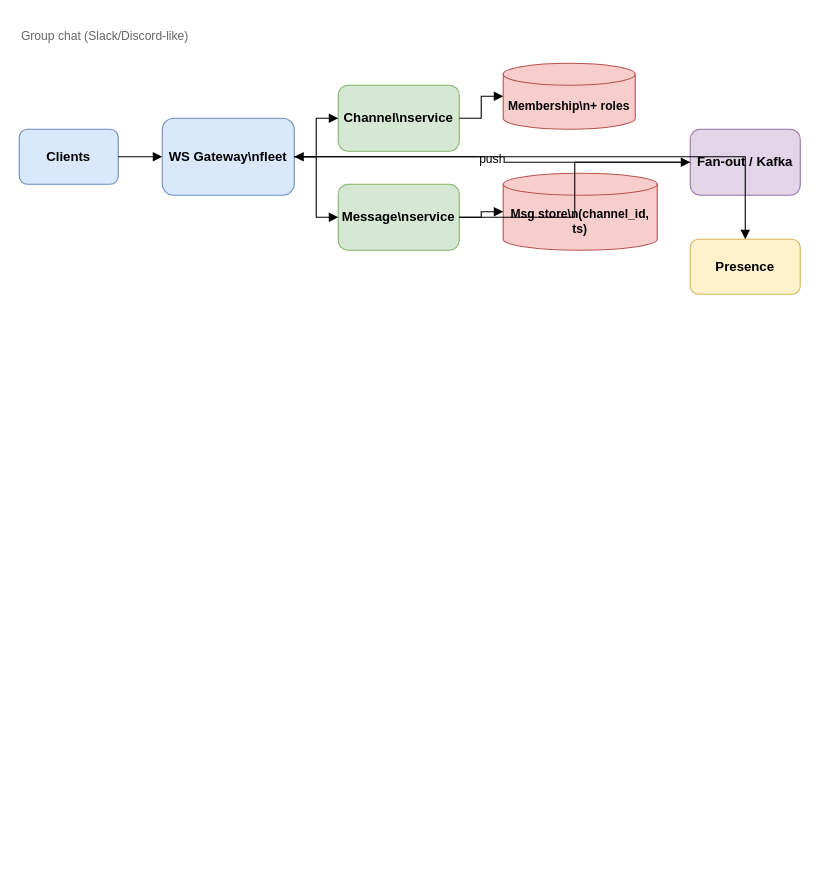
Earlier version of the draw.io diagram diagrams/group-chat.drawio (yazeedsawalha/system-design). Source tidied: cells renumbered, new cells numbered last; positions are measured from the earlier drawing's top-left corner, leaving out a move shared by most shapes. Both pictures are drawn from the tidied source at 110%, with x=0, y=0 at pixel (19, 19).
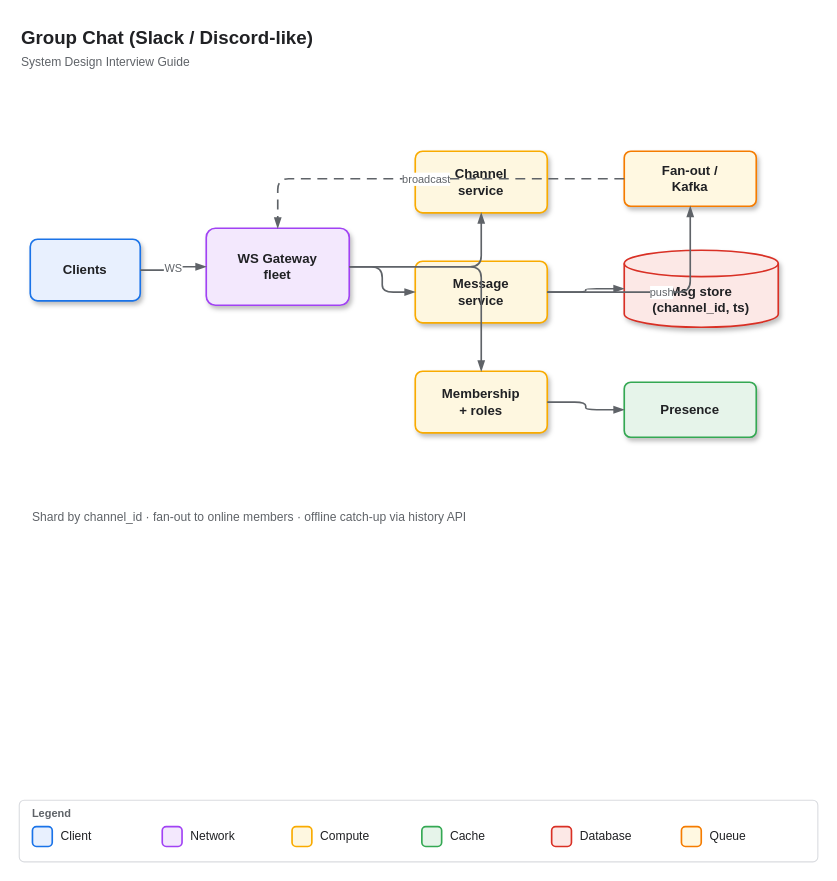
The same diagram, later.

What changed in the source:
```diff
@@
-<mxGraphModel>
+<mxGraphModel background="#ffffff">
@@
-    <mxCell id="2" value="Group chat (Slack/Discord-like)" style="text;html=1;strokeColor=none;fillColor=none;align=left;verticalAlign=middle;whiteSpace=wrap;rounded=0;fontSize=11;fontColor=#666666;" parent="1" vertex="1">
-      <mxGeometry width="280" height="30" as="geometry" />
-    </mxCell>
+    <mxCell id="19" value="Group Chat (Slack / Discord-like)" style="text;html=1;strokeColor=none;fillColor=none;align=left;verticalAlign=middle;whiteSpace=wrap;rounded=0;fontSize=17;fontStyle=1;fontFamily=Helvetica;fontColor=#202124;" parent="1" vertex="1">
+      <mxGeometry y="4" width="700" height="28" as="geometry" />
+    </mxCell>
+    <mxCell id="20" value="System Design Interview Guide" style="text;html=1;strokeColor=none;fillColor=none;align=left;verticalAlign=middle;whiteSpace=wrap;rounded=0;fontSize=11;fontFamily=Helvetica;fontColor=#5F6368;" parent="1" vertex="1">
+      <mxGeometry y="30" width="280" height="18" as="geometry" />
+    </mxCell>
-    <mxCell id="3" value="Clients" style="rounded=1;whiteSpace=wrap;html=1;fillColor=#dae8fc;strokeColor=#6c8ebf;fontStyle=1;fontSize=12;" parent="1" vertex="1">
-      <mxGeometry y="100" width="90" height="50" as="geometry" />
+    <mxCell id="3" value="Clients" style="rounded=1;whiteSpace=wrap;html=1;arcSize=12;fillColor=#E8F0FE;strokeColor=#1A73E8;strokeWidth=1.5;fontStyle=1;fontSize=12;fontFamily=Helvetica;fontColor=#202124;shadow=1;" parent="1" vertex="1">
+      <mxGeometry x="10" y="200" width="100" height="56" as="geometry" />
     </mxCell>
-    <mxCell id="4" value="WS Gateway\nfleet" style="rounded=1;whiteSpace=wrap;html=1;fillColor=#dae8fc;strokeColor=#6c8ebf;fontStyle=1;fontSize=12;" parent="1" vertex="1">
-      <mxGeometry x="130" y="90" width="120" height="70" as="geometry" />
-    </mxCell>
-    <mxCell id="5" value="Channel\nservice" style="rounded=1;whiteSpace=wrap;html=1;fillColor=#d5e8d4;strokeColor=#82b366;fontStyle=1;fontSize=12;" parent="1" vertex="1">
-      <mxGeometry x="290" y="60" width="110" height="60" as="geometry" />
-    </mxCell>
-    <mxCell id="6" value="Message\nservice" style="rounded=1;whiteSpace=wrap;html=1;fillColor=#d5e8d4;strokeColor=#82b366;fontStyle=1;fontSize=12;" parent="1" vertex="1">
-      <mxGeometry x="290" y="150" width="110" height="60" as="geometry" />
-    </mxCell>
-    <mxCell id="7" value="Membership\n+ roles" style="shape=cylinder3;whiteSpace=wrap;html=1;boundedLbl=1;backgroundOutline=1;size=10;fillColor=#f8cecc;strokeColor=#b85450;fontStyle=1;fontSize=11;" parent="1" vertex="1">
-      <mxGeometry x="440" y="40" width="120" height="60" as="geometry" />
-    </mxCell>
-    <mxCell id="8" value="Msg store\n(channel_id, ts)" style="shape=cylinder3;whiteSpace=wrap;html=1;boundedLbl=1;backgroundOutline=1;size=10;fillColor=#f8cecc;strokeColor=#b85450;fontStyle=1;fontSize=11;" parent="1" vertex="1">
-      <mxGeometry x="440" y="140" width="140" height="70" as="geometry" />
-    </mxCell>
+    <mxCell id="21" value="WS Gateway&#10;fleet" style="rounded=1;whiteSpace=wrap;html=1;arcSize=12;fillColor=#F3E8FD;strokeColor=#A142F4;strokeWidth=1.5;fontStyle=1;fontSize=12;fontFamily=Helvetica;fontColor=#202124;shadow=1;" parent="1" vertex="1">
+      <mxGeometry x="170" y="190" width="130" height="70" as="geometry" />
+    </mxCell>
+    <mxCell id="22" value="Channel&#10;service" style="rounded=1;whiteSpace=wrap;html=1;arcSize=12;fillColor=#FEF7E0;strokeColor=#F9AB00;strokeWidth=1.5;fontStyle=1;fontSize=12;fontFamily=Helvetica;fontColor=#202124;shadow=1;" parent="1" vertex="1">
+      <mxGeometry x="360" y="120" width="120" height="56" as="geometry" />
+    </mxCell>
+    <mxCell id="23" value="Message&#10;service" style="rounded=1;whiteSpace=wrap;html=1;arcSize=12;fillColor=#FEF7E0;strokeColor=#F9AB00;strokeWidth=1.5;fontStyle=1;fontSize=12;fontFamily=Helvetica;fontColor=#202124;shadow=1;" parent="1" vertex="1">
+      <mxGeometry x="360" y="220" width="120" height="56" as="geometry" />
+    </mxCell>
+    <mxCell id="24" value="Membership&#10;+ roles" style="rounded=1;whiteSpace=wrap;html=1;arcSize=12;fillColor=#FEF7E0;strokeColor=#F9AB00;strokeWidth=1.5;fontStyle=1;fontSize=12;fontFamily=Helvetica;fontColor=#202124;shadow=1;" parent="1" vertex="1">
+      <mxGeometry x="360" y="320" width="120" height="56" as="geometry" />
+    </mxCell>
+    <mxCell id="25" value="Msg store&#10;(channel_id, ts)" style="shape=cylinder3;whiteSpace=wrap;html=1;boundedLbl=1;backgroundOutline=1;size=12;fillColor=#FCE8E6;strokeColor=#D93025;strokeWidth=1.5;fontStyle=1;fontSize=12;fontFamily=Helvetica;fontColor=#202124;shadow=1;" parent="1" vertex="1">
+      <mxGeometry x="550" y="210" width="140" height="70" as="geometry" />
+    </mxCell>
-    <mxCell id="9" value="Fan-out / Kafka" style="rounded=1;whiteSpace=wrap;html=1;fillColor=#e1d5e7;strokeColor=#9673a6;fontStyle=1;fontSize=12;" parent="1" vertex="1">
-      <mxGeometry x="610" y="100" width="100" height="60" as="geometry" />
+    <mxCell id="9" value="Fan-out /&#10;Kafka" style="rounded=1;whiteSpace=wrap;html=1;arcSize=12;fillColor=#FFF8E1;strokeColor=#F57C00;strokeWidth=1.5;fontStyle=1;fontSize=12;fontFamily=Helvetica;fontColor=#202124;shadow=1;" parent="1" vertex="1">
+      <mxGeometry x="550" y="120" width="120" height="50" as="geometry" />
     </mxCell>
-    <mxCell id="10" value="Presence" style="rounded=1;whiteSpace=wrap;html=1;fillColor=#fff2cc;strokeColor=#d6b656;fontStyle=1;fontSize=12;" parent="1" vertex="1">
-      <mxGeometry x="610" y="200" width="100" height="50" as="geometry" />
+    <mxCell id="10" value="Presence" style="rounded=1;whiteSpace=wrap;html=1;arcSize=12;fillColor=#E6F4EA;strokeColor=#34A853;strokeWidth=1.5;fontStyle=1;fontSize=12;fontFamily=Helvetica;fontColor=#202124;shadow=1;" parent="1" vertex="1">
+      <mxGeometry x="550" y="330" width="120" height="50" as="geometry" />
     </mxCell>
-    <mxCell id="11" style="edgeStyle=orthogonalEdgeStyle;rounded=0;jettySize=auto;html=1;endArrow=block;endFill=1;" parent="1" edge="1" source="3" target="4">
-      <mxGeometry relative="1" as="geometry" />
-    </mxCell>
-    <mxCell id="12" style="edgeStyle=orthogonalEdgeStyle;rounded=0;jettySize=auto;html=1;endArrow=block;endFill=1;" parent="1" edge="1" source="4" target="5">
-      <mxGeometry relative="1" as="geometry" />
-    </mxCell>
-    <mxCell id="13" style="edgeStyle=orthogonalEdgeStyle;rounded=0;jettySize=auto;html=1;endArrow=block;endFill=1;" parent="1" edge="1" source="4" target="6">
-      <mxGeometry relative="1" as="geometry" />
-    </mxCell>
-    <mxCell id="14" style="edgeStyle=orthogonalEdgeStyle;rounded=0;jettySize=auto;html=1;endArrow=block;endFill=1;" parent="1" edge="1" source="5" target="7">
-      <mxGeometry relative="1" as="geometry" />
-    </mxCell>
-    <mxCell id="15" style="edgeStyle=orthogonalEdgeStyle;rounded=0;jettySize=auto;html=1;endArrow=block;endFill=1;" parent="1" edge="1" source="6" target="8">
-      <mxGeometry relative="1" as="geometry" />
-    </mxCell>
-    <mxCell id="16" style="edgeStyle=orthogonalEdgeStyle;rounded=0;jettySize=auto;html=1;endArrow=block;endFill=1;" parent="1" edge="1" source="6" target="9">
-      <mxGeometry relative="1" as="geometry" />
-    </mxCell>
+    <mxCell id="26" value="WS" style="edgeStyle=orthogonalEdgeStyle;rounded=1;jettySize=auto;html=1;endArrow=blockThin;endFill=1;strokeWidth=1.5;strokeColor=#5F6368;fontFamily=Helvetica;fontSize=10;fontColor=#5F6368;" parent="1" edge="1" source="3" target="21">
+      <mxGeometry relative="1" as="geometry" />
+    </mxCell>
+    <mxCell id="27" style="edgeStyle=orthogonalEdgeStyle;rounded=1;jettySize=auto;html=1;endArrow=blockThin;endFill=1;strokeWidth=1.5;strokeColor=#5F6368;fontFamily=Helvetica;fontSize=10;fontColor=#5F6368;" parent="1" edge="1" source="21" target="22">
+      <mxGeometry relative="1" as="geometry" />
+    </mxCell>
+    <mxCell id="28" style="edgeStyle=orthogonalEdgeStyle;rounded=1;jettySize=auto;html=1;endArrow=blockThin;endFill=1;strokeWidth=1.5;strokeColor=#5F6368;fontFamily=Helvetica;fontSize=10;fontColor=#5F6368;" parent="1" edge="1" source="21" target="23">
+      <mxGeometry relative="1" as="geometry" />
+    </mxCell>
+    <mxCell id="29" style="edgeStyle=orthogonalEdgeStyle;rounded=1;jettySize=auto;html=1;endArrow=blockThin;endFill=1;strokeWidth=1.5;strokeColor=#5F6368;fontFamily=Helvetica;fontSize=10;fontColor=#5F6368;" parent="1" edge="1" source="21" target="24">
+      <mxGeometry relative="1" as="geometry" />
+    </mxCell>
+    <mxCell id="30" style="edgeStyle=orthogonalEdgeStyle;rounded=1;jettySize=auto;html=1;endArrow=blockThin;endFill=1;strokeWidth=1.5;strokeColor=#5F6368;fontFamily=Helvetica;fontSize=10;fontColor=#5F6368;" parent="1" edge="1" source="23" target="25">
+      <mxGeometry relative="1" as="geometry" />
+    </mxCell>
-    <mxCell id="17" value="push" style="edgeStyle=orthogonalEdgeStyle;rounded=0;jettySize=auto;html=1;endArrow=block;endFill=1;" parent="1" edge="1" source="9" target="4">
+    <mxCell id="17" value="push" style="edgeStyle=orthogonalEdgeStyle;rounded=1;jettySize=auto;html=1;endArrow=blockThin;endFill=1;strokeWidth=1.5;strokeColor=#5F6368;fontFamily=Helvetica;fontSize=10;fontColor=#5F6368;" parent="1" edge="1" source="23" target="9">
       <mxGeometry relative="1" as="geometry" />
     </mxCell>
-    <mxCell id="18" style="edgeStyle=orthogonalEdgeStyle;rounded=0;jettySize=auto;html=1;endArrow=block;endFill=1;" parent="1" edge="1" source="4" target="10">
-      <mxGeometry relative="1" as="geometry" />
-    </mxCell>
+    <mxCell id="31" value="broadcast" style="edgeStyle=orthogonalEdgeStyle;rounded=1;jettySize=auto;html=1;endArrow=blockThin;endFill=1;strokeWidth=1.5;strokeColor=#5F6368;fontFamily=Helvetica;fontSize=10;fontColor=#5F6368;dashed=1;dashPattern=6 4;" parent="1" edge="1" source="9" target="21">
+      <mxGeometry relative="1" as="geometry" />
+    </mxCell>
+    <mxCell id="32" style="edgeStyle=orthogonalEdgeStyle;rounded=1;jettySize=auto;html=1;endArrow=blockThin;endFill=1;strokeWidth=1.5;strokeColor=#5F6368;fontFamily=Helvetica;fontSize=10;fontColor=#5F6368;" parent="1" edge="1" source="24" target="10">
+      <mxGeometry relative="1" as="geometry" />
+    </mxCell>
+    <mxCell id="33" value="Shard by channel_id · fan-out to online members · offline catch-up via history API" style="text;html=1;strokeColor=none;fillColor=none;align=left;verticalAlign=top;whiteSpace=wrap;rounded=0;fontSize=11;fontFamily=Helvetica;fontColor=#5F6368;" parent="1" vertex="1">
+      <mxGeometry x="10" y="440" width="580" height="40" as="geometry" />
+    </mxCell>
+    <mxCell id="34" style="rounded=1;whiteSpace=wrap;html=1;arcSize=8;fillColor=#FFFFFF;strokeColor=#DADCE0;strokeWidth=1;shadow=0;" parent="1" vertex="1">
+      <mxGeometry y="710" width="726" height="56" as="geometry" />
+    </mxCell>
+    <mxCell id="35" value="Legend" style="text;html=1;strokeColor=none;fillColor=none;align=left;verticalAlign=middle;fontSize=10;fontStyle=1;fontFamily=Helvetica;fontColor=#5F6368;" parent="1" vertex="1">
+      <mxGeometry x="10" y="714" width="60" height="16" as="geometry" />
+    </mxCell>
+    <mxCell id="36" style="rounded=1;whiteSpace=wrap;html=1;arcSize=20;fillColor=#E8F0FE;strokeColor=#1A73E8;strokeWidth=1.5;" parent="1" vertex="1">
+      <mxGeometry x="12" y="734" width="18" height="18" as="geometry" />
+    </mxCell>
+    <mxCell id="37" value="Client" style="text;html=1;strokeColor=none;fillColor=none;align=left;verticalAlign=middle;fontSize=11;fontFamily=Helvetica;fontColor=#202124;" parent="1" vertex="1">
+      <mxGeometry x="36" y="732" width="90" height="22" as="geometry" />
+    </mxCell>
+    <mxCell id="38" style="rounded=1;whiteSpace=wrap;html=1;arcSize=20;fillColor=#F3E8FD;strokeColor=#A142F4;strokeWidth=1.5;" parent="1" vertex="1">
+      <mxGeometry x="130" y="734" width="18" height="18" as="geometry" />
+    </mxCell>
+    <mxCell id="39" value="Network" style="text;html=1;strokeColor=none;fillColor=none;align=left;verticalAlign=middle;fontSize=11;fontFamily=Helvetica;fontColor=#202124;" parent="1" vertex="1">
+      <mxGeometry x="154" y="732" width="90" height="22" as="geometry" />
+    </mxCell>
+    <mxCell id="40" style="rounded=1;whiteSpace=wrap;html=1;arcSize=20;fillColor=#FEF7E0;strokeColor=#F9AB00;strokeWidth=1.5;" parent="1" vertex="1">
+      <mxGeometry x="248" y="734" width="18" height="18" as="geometry" />
+    </mxCell>
+    <mxCell id="41" value="Compute" style="text;html=1;strokeColor=none;fillColor=none;align=left;verticalAlign=middle;fontSize=11;fontFamily=Helvetica;fontColor=#202124;" parent="1" vertex="1">
+      <mxGeometry x="272" y="732" width="90" height="22" as="geometry" />
+    </mxCell>
+    <mxCell id="42" style="rounded=1;whiteSpace=wrap;html=1;arcSize=20;fillColor=#E6F4EA;strokeColor=#34A853;strokeWidth=1.5;" parent="1" vertex="1">
+      <mxGeometry x="366" y="734" width="18" height="18" as="geometry" />
+    </mxCell>
+    <mxCell id="43" value="Cache" style="text;html=1;strokeColor=none;fillColor=none;align=left;verticalAlign=middle;fontSize=11;fontFamily=Helvetica;fontColor=#202124;" parent="1" vertex="1">
+      <mxGeometry x="390" y="732" width="90" height="22" as="geometry" />
+    </mxCell>
+    <mxCell id="44" style="rounded=1;whiteSpace=wrap;html=1;arcSize=20;fillColor=#FCE8E6;strokeColor=#D93025;strokeWidth=1.5;" parent="1" vertex="1">
+      <mxGeometry x="484" y="734" width="18" height="18" as="geometry" />
+    </mxCell>
+    <mxCell id="45" value="Database" style="text;html=1;strokeColor=none;fillColor=none;align=left;verticalAlign=middle;fontSize=11;fontFamily=Helvetica;fontColor=#202124;" parent="1" vertex="1">
+      <mxGeometry x="508" y="732" width="90" height="22" as="geometry" />
+    </mxCell>
+    <mxCell id="46" style="rounded=1;whiteSpace=wrap;html=1;arcSize=20;fillColor=#FFF8E1;strokeColor=#F57C00;strokeWidth=1.5;" parent="1" vertex="1">
+      <mxGeometry x="602" y="734" width="18" height="18" as="geometry" />
+    </mxCell>
+    <mxCell id="47" value="Queue" style="text;html=1;strokeColor=none;fillColor=none;align=left;verticalAlign=middle;fontSize=11;fontFamily=Helvetica;fontColor=#202124;" parent="1" vertex="1">
+      <mxGeometry x="626" y="732" width="90" height="22" as="geometry" />
+    </mxCell>
```
